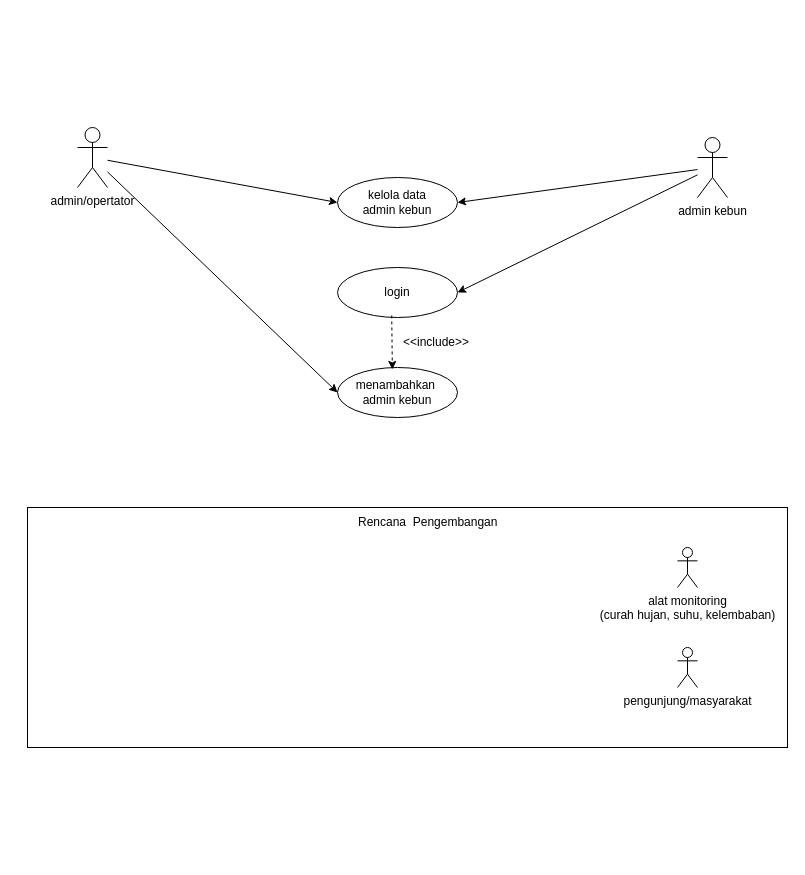
This is b. SI Perkakas Pinter Use Case Diagram.drawio from eenattayani/desain, a draw.io file, before an edit. Source tidied: cells renumbered, new cells numbered last; positions are measured from the earlier drawing's top-left corner, leaving out a move shared by most shapes. Both pictures are drawn from the tidied source at 100%, with x=0, y=0 at pixel (27, 127).
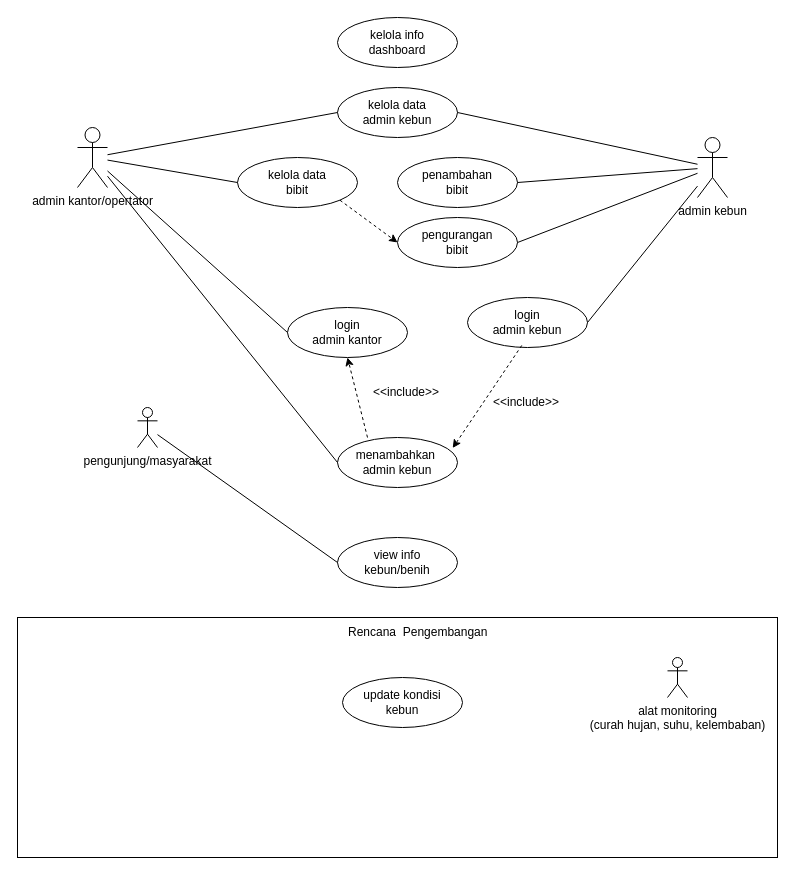
The same page after the edit.

Unchanged cells that the change refers to:
```xml
<mxCell id="4" value="admin kebun" style="shape=umlActor;verticalLabelPosition=bottom;verticalAlign=top;html=1;outlineConnect=0;" parent="1" vertex="1">
  <mxGeometry x="670" y="10" width="30" height="60" as="geometry" />
</mxCell>
```

Diff of the diagram source:
```diff
@@
     <mxCell id="2" style="rounded=0;whiteSpace=wrap;html=1;" parent="1" vertex="1">
-      <mxGeometry y="380" width="760" height="240" as="geometry" />
+      <mxGeometry x="-10" y="490" width="760" height="240" as="geometry" />
     </mxCell>
-    <mxCell id="3" value="admin/opertator" style="shape=umlActor;verticalLabelPosition=bottom;verticalAlign=top;html=1;outlineConnect=0;" parent="1" vertex="1">
+    <mxCell id="3" value="admin kantor/opertator" style="shape=umlActor;verticalLabelPosition=bottom;verticalAlign=top;html=1;outlineConnect=0;" parent="1" vertex="1">
       <mxGeometry x="50" width="30" height="60" as="geometry" />
     </mxCell>
@@
     <mxCell id="5" value="Rencana&amp;nbsp; Pengembangan" style="text;strokeColor=none;fillColor=none;align=left;verticalAlign=middle;spacingLeft=4;spacingRight=4;overflow=hidden;whiteSpace=wrap;html=1;" parent="1" vertex="1">
-      <mxGeometry x="325" y="380" width="150" height="30" as="geometry" />
+      <mxGeometry x="315" y="490" width="150" height="30" as="geometry" />
     </mxCell>
     <mxCell id="6" value="alat monitoring&lt;div&gt;(curah hujan, suhu, kelembaban)&lt;/div&gt;" style="shape=umlActor;verticalLabelPosition=bottom;verticalAlign=top;html=1;" parent="1" vertex="1">
-      <mxGeometry x="650" y="420" width="20" height="40" as="geometry" />
+      <mxGeometry x="640" y="530" width="20" height="40" as="geometry" />
     </mxCell>
     <mxCell id="7" value="menambahkan&amp;nbsp;&lt;div&gt;admin kebun&lt;/div&gt;" style="ellipse;whiteSpace=wrap;html=1;" parent="1" vertex="1">
-      <mxGeometry x="310" y="240" width="120" height="50" as="geometry" />
+      <mxGeometry x="310" y="310" width="120" height="50" as="geometry" />
     </mxCell>
     <mxCell id="8" value="kelola data&lt;div&gt;admin kebun&lt;/div&gt;" style="ellipse;whiteSpace=wrap;html=1;" parent="1" vertex="1">
-      <mxGeometry x="310" y="50" width="120" height="50" as="geometry" />
+      <mxGeometry x="310" y="-40" width="120" height="50" as="geometry" />
     </mxCell>
     <mxCell id="9" value="pengunjung/masyarakat" style="shape=umlActor;verticalLabelPosition=bottom;verticalAlign=top;html=1;outlineConnect=0;" parent="1" vertex="1">
-      <mxGeometry x="650" y="520" width="20" height="40" as="geometry" />
+      <mxGeometry x="110" y="280" width="20" height="40" as="geometry" />
     </mxCell>
-    <mxCell id="10" value="login" style="ellipse;whiteSpace=wrap;html=1;" parent="1" vertex="1">
-      <mxGeometry x="310" y="140" width="120" height="50" as="geometry" />
+    <mxCell id="10" value="login&lt;div&gt;admin kebun&lt;/div&gt;" style="ellipse;whiteSpace=wrap;html=1;" parent="1" vertex="1">
+      <mxGeometry x="440" y="170" width="120" height="50" as="geometry" />
     </mxCell>
-    <mxCell id="11" style="endArrow=classic;html=1;rounded=0;entryX=1;entryY=0.5;entryDx=0;entryDy=0;" parent="1" edge="1" source="4" target="10">
+    <mxCell id="11" style="endArrow=none;html=1;rounded=0;entryX=1;entryY=0.5;entryDx=0;entryDy=0;endFill=0;" parent="1" edge="1" source="4" target="10">
       <mxGeometry relative="1" as="geometry" />
     </mxCell>
-    <mxCell id="12" style="endArrow=classic;html=1;rounded=0;entryX=0;entryY=0.5;entryDx=0;entryDy=0;" parent="1" edge="1" source="3" target="7">
+    <mxCell id="12" style="endArrow=none;html=1;rounded=0;entryX=0;entryY=0.5;entryDx=0;entryDy=0;endFill=0;" parent="1" edge="1" source="3" target="7">
       <mxGeometry relative="1" as="geometry" />
     </mxCell>
-    <mxCell id="13" style="endArrow=classic;html=1;rounded=0;entryX=0.457;entryY=0.038;entryDx=0;entryDy=0;dashed=1;entryPerimeter=0;exitX=0.452;exitY=0.959;exitDx=0;exitDy=0;exitPerimeter=0;" parent="1" edge="1" source="10" target="7">
+    <mxCell id="13" style="endArrow=classic;html=1;rounded=0;entryX=0.96;entryY=0.21;entryDx=0;entryDy=0;dashed=1;exitX=0.452;exitY=0.959;exitDx=0;exitDy=0;exitPerimeter=0;entryPerimeter=0;" parent="1" edge="1" source="10" target="7">
       <mxGeometry relative="1" as="geometry" />
     </mxCell>
     <mxCell id="14" value="&amp;lt;&amp;lt;include&amp;gt;&amp;gt;" style="text;strokeColor=none;fillColor=none;align=left;verticalAlign=middle;spacingLeft=4;spacingRight=4;overflow=hidden;whiteSpace=wrap;html=1;" parent="1" vertex="1">
-      <mxGeometry x="370" y="200" width="80" height="30" as="geometry" />
+      <mxGeometry x="460" y="260" width="80" height="30" as="geometry" />
     </mxCell>
-    <mxCell id="15" style="endArrow=classic;html=1;rounded=0;entryX=1;entryY=0.5;entryDx=0;entryDy=0;" parent="1" edge="1" source="4" target="8">
+    <mxCell id="15" style="endArrow=none;html=1;rounded=0;entryX=1;entryY=0.5;entryDx=0;entryDy=0;strokeColor=default;curved=0;startArrow=none;startFill=0;endFill=0;" parent="1" edge="1" source="4" target="8">
       <mxGeometry relative="1" as="geometry" />
     </mxCell>
+    <mxCell id="17" value="kelola info&lt;div&gt;dashboard&lt;/div&gt;" style="ellipse;whiteSpace=wrap;html=1;" parent="1" vertex="1">
+      <mxGeometry x="310" y="-110" width="120" height="50" as="geometry" />
+    </mxCell>
-    <mxCell id="16" style="endArrow=classic;html=1;rounded=0;entryX=0;entryY=0.5;entryDx=0;entryDy=0;" parent="1" edge="1" source="3" target="8">
+    <mxCell id="16" style="endArrow=none;html=1;rounded=0;entryX=0;entryY=0.5;entryDx=0;entryDy=0;" parent="1" edge="1" source="3" target="8">
       <mxGeometry relative="1" as="geometry" />
     </mxCell>
+    <mxCell id="18" value="kelola data&lt;div&gt;bibit&lt;/div&gt;" style="ellipse;whiteSpace=wrap;html=1;" parent="1" vertex="1">
+      <mxGeometry x="210" y="30" width="120" height="50" as="geometry" />
+    </mxCell>
+    <mxCell id="19" value="login&lt;div&gt;admin kantor&lt;/div&gt;" style="ellipse;whiteSpace=wrap;html=1;" parent="1" vertex="1">
+      <mxGeometry x="260" y="180" width="120" height="50" as="geometry" />
+    </mxCell>
+    <mxCell id="20" value="&amp;lt;&amp;lt;include&amp;gt;&amp;gt;" style="text;strokeColor=none;fillColor=none;align=left;verticalAlign=middle;spacingLeft=4;spacingRight=4;overflow=hidden;whiteSpace=wrap;html=1;" parent="1" vertex="1">
+      <mxGeometry x="340" y="250" width="80" height="30" as="geometry" />
+    </mxCell>
+    <mxCell id="21" style="endArrow=classic;html=1;rounded=0;entryX=0.5;entryY=1;entryDx=0;entryDy=0;dashed=1;exitX=0.25;exitY=0;exitDx=0;exitDy=0;exitPerimeter=0;" parent="1" edge="1" source="7" target="19">
+      <mxGeometry relative="1" as="geometry" />
+    </mxCell>
+    <mxCell id="22" style="endArrow=none;html=1;rounded=0;entryX=0;entryY=0.5;entryDx=0;entryDy=0;" parent="1" edge="1" source="3" target="19">
+      <mxGeometry relative="1" as="geometry" />
+    </mxCell>
+    <mxCell id="23" style="endArrow=none;html=1;rounded=0;exitX=0;exitY=0.5;exitDx=0;exitDy=0;" parent="1" edge="1" source="18" target="3">
+      <mxGeometry relative="1" as="geometry" />
+    </mxCell>
+    <mxCell id="24" value="penambahan&lt;div&gt;bibit&lt;/div&gt;" style="ellipse;whiteSpace=wrap;html=1;" parent="1" vertex="1">
+      <mxGeometry x="370" y="30" width="120" height="50" as="geometry" />
+    </mxCell>
+    <mxCell id="25" value="pengurangan&lt;div&gt;bibit&lt;/div&gt;" style="ellipse;whiteSpace=wrap;html=1;" parent="1" vertex="1">
+      <mxGeometry x="370" y="90" width="120" height="50" as="geometry" />
+    </mxCell>
+    <mxCell id="26" value="update kondisi&lt;div&gt;kebun&lt;/div&gt;" style="ellipse;whiteSpace=wrap;html=1;" parent="1" vertex="1">
+      <mxGeometry x="315" y="550" width="120" height="50" as="geometry" />
+    </mxCell>
+    <mxCell id="27" value="view info&lt;div&gt;kebun/benih&lt;/div&gt;" style="ellipse;whiteSpace=wrap;html=1;" parent="1" vertex="1">
+      <mxGeometry x="310" y="410" width="120" height="50" as="geometry" />
+    </mxCell>
+    <mxCell id="28" style="endArrow=none;html=1;rounded=0;entryX=0;entryY=0.5;entryDx=0;entryDy=0;" parent="1" edge="1" source="9" target="27">
+      <mxGeometry relative="1" as="geometry" />
+    </mxCell>
+    <mxCell id="29" style="endArrow=none;html=1;rounded=0;exitX=1;exitY=0.5;exitDx=0;exitDy=0;" parent="1" edge="1" source="24" target="4">
+      <mxGeometry relative="1" as="geometry" />
+    </mxCell>
+    <mxCell id="30" style="endArrow=none;html=1;rounded=0;exitX=1;exitY=0.5;exitDx=0;exitDy=0;" parent="1" edge="1" source="25" target="4">
+      <mxGeometry relative="1" as="geometry" />
+    </mxCell>
+    <mxCell id="31" style="endArrow=classic;html=1;rounded=0;entryX=0;entryY=0.5;entryDx=0;entryDy=0;dashed=1;exitX=1;exitY=1;exitDx=0;exitDy=0;" parent="1" edge="1" source="18" target="25">
+      <mxGeometry relative="1" as="geometry" />
+    </mxCell>
```
